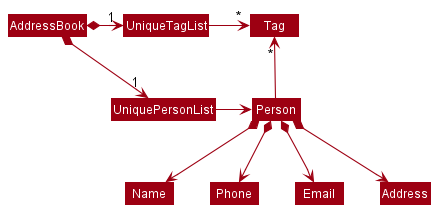
The PlantUML diagram docs/images/DG-images/BetterModelClassDiagram.png in nus-cs2103-AY2223S2/tp, before a commit. Its source is kept beside it as docs/diagrams/BetterModelClassDiagram.puml. Source of this version:
```plantuml
@startuml
!include style.puml
skinparam arrowThickness 1.1
skinparam arrowColor MODEL_COLOR
skinparam classBackgroundColor MODEL_COLOR

Mathutoring *-right-> "1" UniqueStudentList
Mathutoring *-right-> "1" UniqueTagList
UniqueTagList -[hidden]down- UniqueStudentList
UniqueTagList -[hidden]down- UniqueStudentList

UniqueTagList -right-> "*" Tag
UniqueStudentList -right-> Student

Student -up-> "*" Tag

Student *--> Name
Student *--> Phone
Student *--> Email
Student *--> Address

@enduml
```
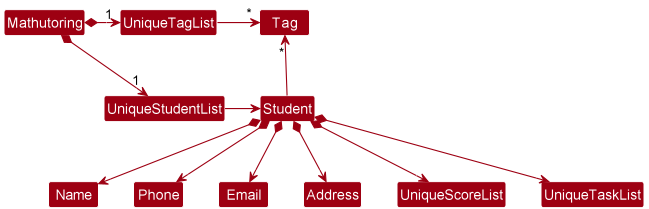
After the change.

Change to the diagram source:
```diff
@@ -18,5 +18,7 @@
 Student *--> Phone
 Student *--> Email
 Student *--> Address
+Student *--> UniqueScoreList
+Student *--> UniqueTaskList
 
 @enduml
```
